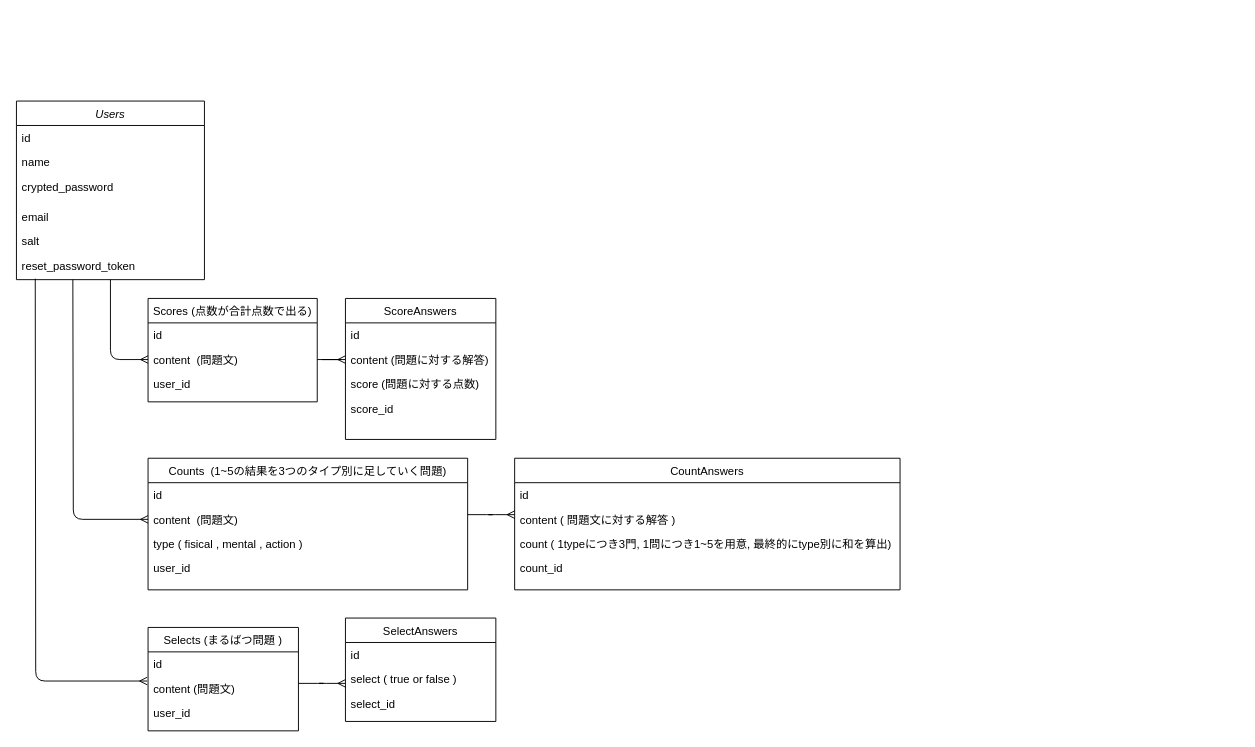
ko-suke1016/IKEMENTAL keeps this draw.io diagram as Untitled Diagram.drawio. Above is the earlier version. Source tidied: cells renumbered, new cells numbered last; positions are measured from the earlier drawing's top-left corner, leaving out a move shared by most shapes. Both pictures are drawn from the tidied source at 94%, with x=0, y=0 at pixel (16, 101).
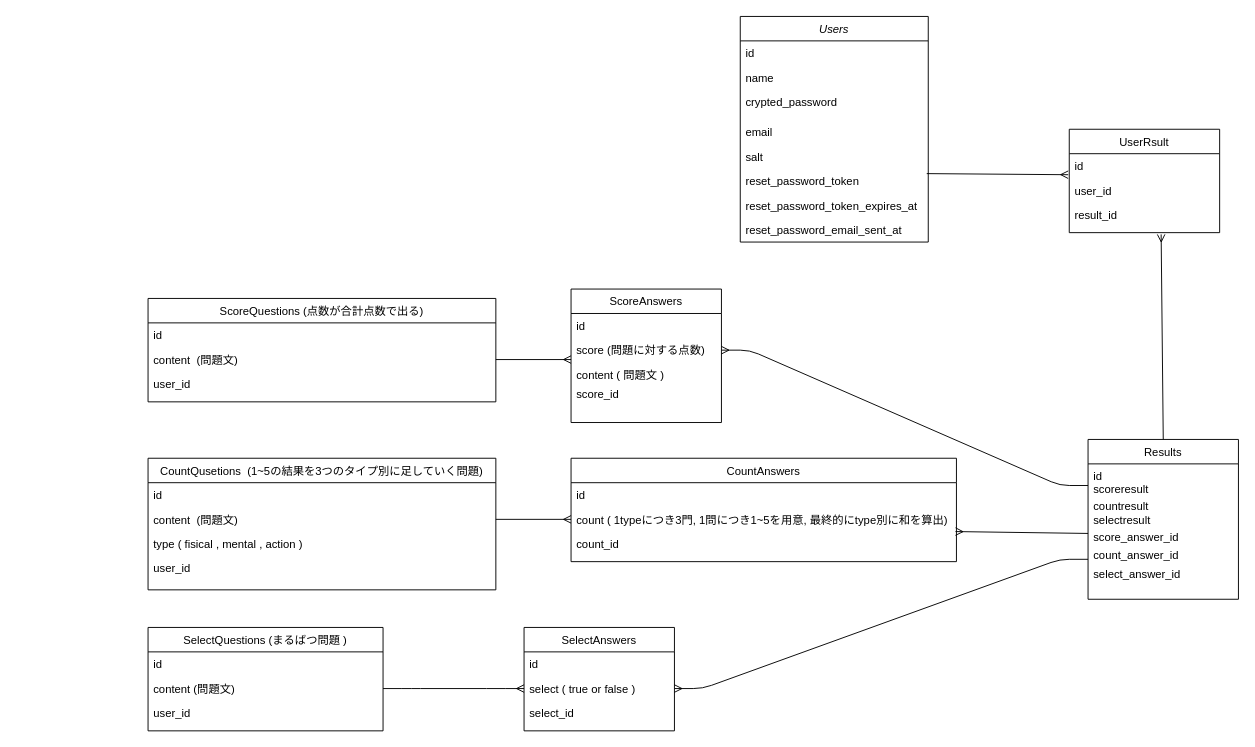
The same page after the edit.

Unchanged cells that the change refers to:
```xml
<mxCell id="36" value="select ( true or false )" style="text;align=left;verticalAlign=top;spacingLeft=4;spacingRight=4;overflow=hidden;points=[[0,0.5],[1,0.5]];portConstraint=eastwest;rounded=0;shadow=0;html=0;" parent="34" vertex="1">
  <mxGeometry y="52" width="160" height="26" as="geometry" />
</mxCell>
```

Diff of the diagram source:
```diff
@@
     <mxCell id="2" value="Users" style="swimlane;fontStyle=2;align=center;verticalAlign=top;horizontal=1;startSize=26;rounded=0;shadow=0;strokeWidth=1;" parent="1" vertex="1">
-      <mxGeometry width="200" height="190" as="geometry" />
+      <mxGeometry x="770" y="-90" width="200" height="240" as="geometry" />
     </mxCell>
@@
+    <mxCell id="43" value="reset_password_token_expires_at" style="text;align=left;verticalAlign=top;spacingLeft=4;spacingRight=4;overflow=hidden;rounded=0;shadow=0;html=0;" parent="2" vertex="1">
+      <mxGeometry y="188" width="200" height="26" as="geometry" />
+    </mxCell>
+    <mxCell id="44" value="reset_password_email_sent_at" style="text;align=left;verticalAlign=top;spacingLeft=4;spacingRight=4;overflow=hidden;rounded=0;shadow=0;html=0;" parent="2" vertex="1">
+      <mxGeometry y="214" width="200" height="26" as="geometry" />
+    </mxCell>
-    <mxCell id="9" value="Scores (点数が合計点数で出る)" style="swimlane;fontStyle=0;align=center;verticalAlign=top;horizontal=1;startSize=26;rounded=0;shadow=0;strokeWidth=1;" parent="1" vertex="1">
-      <mxGeometry x="140" y="210" width="180" height="110" as="geometry" />
+    <mxCell id="9" value="ScoreQuestions (点数が合計点数で出る)" style="swimlane;fontStyle=0;align=center;verticalAlign=top;horizontal=1;startSize=26;rounded=0;shadow=0;strokeWidth=1;" parent="1" vertex="1">
+      <mxGeometry x="140" y="210" width="370" height="110" as="geometry" />
     </mxCell>
     <mxCell id="10" value="id" style="text;align=left;verticalAlign=top;spacingLeft=4;spacingRight=4;overflow=hidden;" parent="9" vertex="1">
-      <mxGeometry y="26" width="180" height="26" as="geometry" />
+      <mxGeometry y="26" width="370" height="26" as="geometry" />
     </mxCell>
     <mxCell id="11" value="content  (問題文)" style="text;align=left;verticalAlign=top;spacingLeft=4;spacingRight=4;overflow=hidden;points=[[0,0.5],[1,0.5]];portConstraint=eastwest;rounded=0;shadow=0;html=0;" parent="9" vertex="1">
-      <mxGeometry y="52" width="180" height="26" as="geometry" />
+      <mxGeometry y="52" width="370" height="26" as="geometry" />
     </mxCell>
     <mxCell id="12" value="user_id" style="text;align=left;verticalAlign=top;spacingLeft=4;spacingRight=4;overflow=hidden;rounded=0;shadow=0;html=0;" parent="9" vertex="1">
-      <mxGeometry y="78" width="180" height="26" as="geometry" />
+      <mxGeometry y="78" width="370" height="26" as="geometry" />
     </mxCell>
     <mxCell id="13" value="ScoreAnswers" style="swimlane;fontStyle=0;align=center;verticalAlign=top;horizontal=1;startSize=26;rounded=0;shadow=0;strokeWidth=1;" parent="1" vertex="1">
-      <mxGeometry x="350" y="210" width="160" height="150" as="geometry" />
+      <mxGeometry x="590" y="200" width="160" height="142" as="geometry" />
     </mxCell>
@@
-    <mxCell id="15" value="content (問題に対する解答) " style="text;align=left;verticalAlign=top;spacingLeft=4;spacingRight=4;overflow=hidden;" parent="13" vertex="1">
-      <mxGeometry y="52" width="160" height="26" as="geometry" />
-    </mxCell>
     <mxCell id="16" value="score (問題に対する点数)" style="text;align=left;verticalAlign=top;spacingLeft=4;spacingRight=4;overflow=hidden;points=[[0,0.5],[1,0.5]];portConstraint=eastwest;rounded=0;shadow=0;html=0;" parent="13" vertex="1">
-      <mxGeometry y="78" width="160" height="26" as="geometry" />
+      <mxGeometry y="52" width="160" height="26" as="geometry" />
     </mxCell>
+    <mxCell id="45" value="content ( 問題文 )" style="text;align=left;verticalAlign=top;spacingLeft=4;spacingRight=4;overflow=hidden;rounded=0;shadow=0;html=0;" parent="13" vertex="1">
+      <mxGeometry y="78" width="160" height="20" as="geometry" />
+    </mxCell>
     <mxCell id="17" value="score_id" style="text;align=left;verticalAlign=top;spacingLeft=4;spacingRight=4;overflow=hidden;rounded=0;shadow=0;html=0;" parent="13" vertex="1">
-      <mxGeometry y="104" width="160" height="32" as="geometry" />
+      <mxGeometry y="98" width="160" height="22" as="geometry" />
     </mxCell>
-    <mxCell id="18" style="edgeStyle=entityRelationEdgeStyle;fontSize=12;html=1;endArrow=ERmany;exitX=1;exitY=0.5;exitDx=0;exitDy=0;entryX=0;entryY=0.5;entryDx=0;entryDy=0;" parent="1" edge="1" source="11">
+    <mxCell id="18" style="fontSize=12;html=1;endArrow=ERmany;exitX=1;exitY=0.5;exitDx=0;exitDy=0;" parent="1" edge="1" source="11">
       <mxGeometry relative="1" as="geometry">
-        <mxPoint x="350" y="275" as="targetPoint" />
+        <mxPoint x="590" y="275" as="targetPoint" />
       </mxGeometry>
     </mxCell>
-    <mxCell id="19" style="edgeStyle=orthogonalEdgeStyle;fontSize=12;html=1;endArrow=ERmany;exitX=0.5;exitY=1;exitDx=0;exitDy=0;" parent="1" edge="1" source="2" target="11">
-      <mxGeometry relative="1" as="geometry" />
-    </mxCell>
-    <mxCell id="20" value="Counts  (1~5の結果を3つのタイプ別に足していく問題)" style="swimlane;fontStyle=0;align=center;verticalAlign=top;horizontal=1;startSize=26;rounded=0;shadow=0;strokeWidth=1;" parent="1" vertex="1">
-      <mxGeometry x="140" y="380" width="340" height="140" as="geometry" />
+    <mxCell id="20" value="CountQusetions  (1~5の結果を3つのタイプ別に足していく問題)" style="swimlane;fontStyle=0;align=center;verticalAlign=top;horizontal=1;startSize=26;rounded=0;shadow=0;strokeWidth=1;" parent="1" vertex="1">
+      <mxGeometry x="140" y="380" width="370" height="140" as="geometry" />
     </mxCell>
     <mxCell id="21" value="id" style="text;align=left;verticalAlign=top;spacingLeft=4;spacingRight=4;overflow=hidden;" parent="20" vertex="1">
-      <mxGeometry y="26" width="340" height="26" as="geometry" />
+      <mxGeometry y="26" width="370" height="26" as="geometry" />
     </mxCell>
     <mxCell id="22" value="content  (問題文)" style="text;align=left;verticalAlign=top;spacingLeft=4;spacingRight=4;overflow=hidden;points=[[0,0.5],[1,0.5]];portConstraint=eastwest;rounded=0;shadow=0;html=0;" parent="20" vertex="1">
-      <mxGeometry y="52" width="340" height="26" as="geometry" />
+      <mxGeometry y="52" width="370" height="26" as="geometry" />
     </mxCell>
     <mxCell id="23" value="type ( fisical , mental , action )" style="text;align=left;verticalAlign=top;spacingLeft=4;spacingRight=4;overflow=hidden;rounded=0;shadow=0;html=0;" parent="20" vertex="1">
-      <mxGeometry y="78" width="340" height="26" as="geometry" />
+      <mxGeometry y="78" width="370" height="26" as="geometry" />
     </mxCell>
     <mxCell id="24" value="user_id" style="text;align=left;verticalAlign=top;spacingLeft=4;spacingRight=4;overflow=hidden;rounded=0;shadow=0;html=0;" parent="20" vertex="1">
-      <mxGeometry y="104" width="340" height="32" as="geometry" />
+      <mxGeometry y="104" width="370" height="32" as="geometry" />
     </mxCell>
-    <mxCell id="25" value="Selects (まるばつ問題 )" style="swimlane;fontStyle=0;align=center;verticalAlign=top;horizontal=1;startSize=26;rounded=0;shadow=0;strokeWidth=1;" parent="1" vertex="1">
-      <mxGeometry x="140" y="560" width="160" height="110" as="geometry" />
+    <mxCell id="25" value="SelectQuestions (まるばつ問題 )" style="swimlane;fontStyle=0;align=center;verticalAlign=top;horizontal=1;startSize=26;rounded=0;shadow=0;strokeWidth=1;" parent="1" vertex="1">
+      <mxGeometry x="140" y="560" width="250" height="110" as="geometry" />
     </mxCell>
     <mxCell id="26" value="id" style="text;align=left;verticalAlign=top;spacingLeft=4;spacingRight=4;overflow=hidden;" parent="25" vertex="1">
-      <mxGeometry y="26" width="160" height="26" as="geometry" />
+      <mxGeometry y="26" width="250" height="26" as="geometry" />
     </mxCell>
     <mxCell id="27" value="content (問題文)" style="text;align=left;verticalAlign=top;spacingLeft=4;spacingRight=4;overflow=hidden;points=[[0,0.5],[1,0.5]];portConstraint=eastwest;rounded=0;shadow=0;html=0;" parent="25" vertex="1">
-      <mxGeometry y="52" width="160" height="26" as="geometry" />
+      <mxGeometry y="52" width="250" height="26" as="geometry" />
     </mxCell>
     <mxCell id="28" value="user_id" style="text;align=left;verticalAlign=top;spacingLeft=4;spacingRight=4;overflow=hidden;rounded=0;shadow=0;html=0;" parent="25" vertex="1">
-      <mxGeometry y="78" width="160" height="26" as="geometry" />
+      <mxGeometry y="78" width="250" height="26" as="geometry" />
     </mxCell>
     <mxCell id="29" value="CountAnswers" style="swimlane;fontStyle=0;align=center;verticalAlign=top;horizontal=1;startSize=26;rounded=0;shadow=0;strokeWidth=1;" parent="1" vertex="1">
-      <mxGeometry x="530" y="380" width="410" height="140" as="geometry" />
+      <mxGeometry x="590" y="380" width="410" height="110" as="geometry" />
     </mxCell>
@@
-    <mxCell id="31" value="content ( 問題文に対する解答 )" style="text;align=left;verticalAlign=top;spacingLeft=4;spacingRight=4;overflow=hidden;" parent="29" vertex="1">
-      <mxGeometry y="52" width="410" height="26" as="geometry" />
-    </mxCell>
     <mxCell id="32" value="count ( 1typeにつき3門, 1問につき1~5を用意, 最終的にtype別に和を算出)" style="text;align=left;verticalAlign=top;spacingLeft=4;spacingRight=4;overflow=hidden;rounded=0;shadow=0;html=0;" parent="29" vertex="1">
-      <mxGeometry y="78" width="410" height="26" as="geometry" />
+      <mxGeometry y="52" width="410" height="26" as="geometry" />
     </mxCell>
     <mxCell id="33" value="count_id" style="text;align=left;verticalAlign=top;spacingLeft=4;spacingRight=4;overflow=hidden;rounded=0;shadow=0;html=0;" parent="29" vertex="1">
-      <mxGeometry y="104" width="410" height="26" as="geometry" />
+      <mxGeometry y="78" width="410" height="26" as="geometry" />
     </mxCell>
     <mxCell id="34" value="SelectAnswers" style="swimlane;fontStyle=0;align=center;verticalAlign=top;horizontal=1;startSize=26;rounded=0;shadow=0;strokeWidth=1;" parent="1" vertex="1">
-      <mxGeometry x="350" y="550" width="160" height="110" as="geometry" />
+      <mxGeometry x="540" y="560" width="160" height="110" as="geometry" />
     </mxCell>
@@
-    <mxCell id="38" style="edgeStyle=orthogonalEdgeStyle;fontSize=12;html=1;endArrow=ERmany;entryX=0;entryY=0.5;entryDx=0;entryDy=0;" parent="1" edge="1" target="22">
-      <mxGeometry relative="1" as="geometry">
-        <mxPoint x="60" y="190" as="sourcePoint" />
-      </mxGeometry>
-    </mxCell>
-    <mxCell id="39" style="edgeStyle=entityRelationEdgeStyle;fontSize=12;html=1;endArrow=ERmany;exitX=1;exitY=0.5;exitDx=0;exitDy=0;entryX=0;entryY=0.5;entryDx=0;entryDy=0;" parent="1" edge="1">
-      <mxGeometry relative="1" as="geometry">
-        <mxPoint x="480" y="440" as="sourcePoint" />
-        <mxPoint x="530" y="440" as="targetPoint" />
-      </mxGeometry>
-    </mxCell>
-    <mxCell id="40" style="edgeStyle=orthogonalEdgeStyle;fontSize=12;html=1;endArrow=ERmany;entryX=-0.006;entryY=0.192;entryDx=0;entryDy=0;entryPerimeter=0;" parent="1" edge="1" target="27">
-      <mxGeometry relative="1" as="geometry">
-        <mxPoint x="20" y="189" as="sourcePoint" />
-      </mxGeometry>
-    </mxCell>
-    <mxCell id="41" style="edgeStyle=entityRelationEdgeStyle;fontSize=12;html=1;endArrow=ERmany;exitX=1;exitY=0.5;exitDx=0;exitDy=0;entryX=0;entryY=0.5;entryDx=0;entryDy=0;" parent="1" edge="1">
+    <mxCell id="41" style="edgeStyle=entityRelationEdgeStyle;fontSize=12;html=1;endArrow=ERmany;entryX=0;entryY=0.5;entryDx=0;entryDy=0;" parent="1" edge="1" target="36">
       <mxGeometry relative="1" as="geometry">
-        <mxPoint x="300" y="619.5" as="sourcePoint" />
-        <mxPoint x="350" y="619.5" as="targetPoint" />
+        <mxPoint x="390" y="625" as="sourcePoint" />
       </mxGeometry>
     </mxCell>
@@
+    <mxCell id="46" style="fontSize=12;html=1;endArrow=ERmany;exitX=1;exitY=0.5;exitDx=0;exitDy=0;entryX=0;entryY=0.5;entryDx=0;entryDy=0;" parent="1" edge="1" source="22">
+      <mxGeometry relative="1" as="geometry">
+        <mxPoint x="590" y="445" as="targetPoint" />
+      </mxGeometry>
+    </mxCell>
+    <mxCell id="47" value="Results" style="swimlane;fontStyle=0;align=center;verticalAlign=top;horizontal=1;startSize=26;rounded=0;shadow=0;strokeWidth=1;" parent="1" vertex="1">
+      <mxGeometry x="1140" y="360" width="160" height="170" as="geometry" />
+    </mxCell>
+    <mxCell id="48" value="id" style="text;align=left;verticalAlign=top;spacingLeft=4;spacingRight=4;overflow=hidden;" parent="47" vertex="1">
+      <mxGeometry y="26" width="160" height="14" as="geometry" />
+    </mxCell>
+    <mxCell id="49" value="scoreresult" style="text;align=left;verticalAlign=top;spacingLeft=4;spacingRight=4;overflow=hidden;points=[[0,0.5],[1,0.5]];portConstraint=eastwest;" parent="47" vertex="1">
+      <mxGeometry y="40" width="160" height="18" as="geometry" />
+    </mxCell>
+    <mxCell id="50" value="countresult" style="text;align=left;verticalAlign=top;spacingLeft=4;spacingRight=4;overflow=hidden;rounded=0;shadow=0;html=0;" parent="47" vertex="1">
+      <mxGeometry y="58" width="160" height="14" as="geometry" />
+    </mxCell>
+    <mxCell id="51" value="selectresult" style="text;align=left;verticalAlign=top;spacingLeft=4;spacingRight=4;overflow=hidden;rounded=0;shadow=0;html=0;" parent="47" vertex="1">
+      <mxGeometry y="72" width="160" height="18" as="geometry" />
+    </mxCell>
+    <mxCell id="52" value="score_answer_id" style="text;align=left;verticalAlign=top;spacingLeft=4;spacingRight=4;overflow=hidden;points=[[0,0.5],[1,0.5]];portConstraint=eastwest;rounded=0;shadow=0;html=0;" parent="47" vertex="1">
+      <mxGeometry y="90" width="160" height="20" as="geometry" />
+    </mxCell>
+    <mxCell id="53" value="count_answer_id" style="text;align=left;verticalAlign=top;spacingLeft=4;spacingRight=4;overflow=hidden;rounded=0;shadow=0;html=0;" parent="47" vertex="1">
+      <mxGeometry y="110" width="160" height="20" as="geometry" />
+    </mxCell>
+    <mxCell id="54" value="select_answer_id" style="text;align=left;verticalAlign=top;spacingLeft=4;spacingRight=4;overflow=hidden;rounded=0;shadow=0;html=0;" parent="47" vertex="1">
+      <mxGeometry y="130" width="160" height="20" as="geometry" />
+    </mxCell>
+    <mxCell id="55" style="edgeStyle=entityRelationEdgeStyle;fontSize=12;html=1;endArrow=ERmany;exitX=0;exitY=0.5;exitDx=0;exitDy=0;entryX=1;entryY=0.5;entryDx=0;entryDy=0;" parent="1" edge="1" source="49" target="16">
+      <mxGeometry relative="1" as="geometry" />
+    </mxCell>
+    <mxCell id="56" style="fontSize=12;html=1;endArrow=ERmany;exitX=0;exitY=0.5;exitDx=0;exitDy=0;" parent="1" edge="1" source="52">
+      <mxGeometry relative="1" as="geometry">
+        <mxPoint x="999" y="458" as="targetPoint" />
+      </mxGeometry>
+    </mxCell>
+    <mxCell id="57" style="edgeStyle=entityRelationEdgeStyle;fontSize=12;html=1;endArrow=ERmany;exitX=0;exitY=0.75;exitDx=0;exitDy=0;entryX=1;entryY=0.5;entryDx=0;entryDy=0;" parent="1" edge="1" source="47" target="36">
+      <mxGeometry relative="1" as="geometry" />
+    </mxCell>
+    <mxCell id="58" value="UserRsult" style="swimlane;fontStyle=0;align=center;verticalAlign=top;horizontal=1;startSize=26;rounded=0;shadow=0;strokeWidth=1;" parent="1" vertex="1">
+      <mxGeometry x="1120" y="30" width="160" height="110" as="geometry" />
+    </mxCell>
+    <mxCell id="59" value="id" style="text;align=left;verticalAlign=top;spacingLeft=4;spacingRight=4;overflow=hidden;" parent="58" vertex="1">
+      <mxGeometry y="26" width="160" height="26" as="geometry" />
+    </mxCell>
+    <mxCell id="60" value="user_id" style="text;align=left;verticalAlign=top;spacingLeft=4;spacingRight=4;overflow=hidden;points=[[0,0.5],[1,0.5]];portConstraint=eastwest;rounded=0;shadow=0;html=0;" parent="58" vertex="1">
+      <mxGeometry y="52" width="160" height="26" as="geometry" />
+    </mxCell>
+    <mxCell id="61" value="result_id" style="text;align=left;verticalAlign=top;spacingLeft=4;spacingRight=4;overflow=hidden;points=[[0,0.5],[1,0.5]];portConstraint=eastwest;rounded=0;shadow=0;html=0;" parent="58" vertex="1">
+      <mxGeometry y="78" width="160" height="32" as="geometry" />
+    </mxCell>
+    <mxCell id="62" style="fontSize=12;html=1;endArrow=ERmany;exitX=0.5;exitY=0;exitDx=0;exitDy=0;entryX=0.611;entryY=1.059;entryDx=0;entryDy=0;entryPerimeter=0;" parent="1" edge="1" source="47" target="61">
+      <mxGeometry relative="1" as="geometry" />
+    </mxCell>
+    <mxCell id="63" style="fontSize=12;html=1;endArrow=ERmany;entryX=-0.007;entryY=-0.14;entryDx=0;entryDy=0;entryPerimeter=0;exitX=0.992;exitY=0.199;exitDx=0;exitDy=0;exitPerimeter=0;" parent="1" edge="1" target="60">
+      <mxGeometry relative="1" as="geometry">
+        <mxPoint x="968.4" y="77.2" as="sourcePoint" />
+      </mxGeometry>
+    </mxCell>
```
